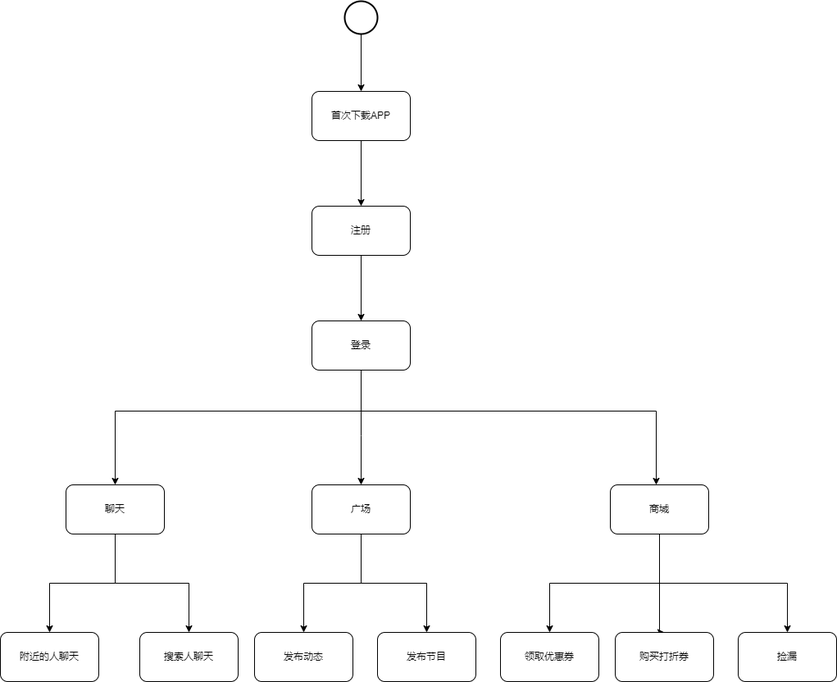
Earlier version of the draw.io export Untitled Diagram.drawio.png (suibianlx/business_architect). Source tidied: cells renumbered, new cells last; positions are measured from the earlier drawing's top-left corner, leaving out a move shared by most shapes.
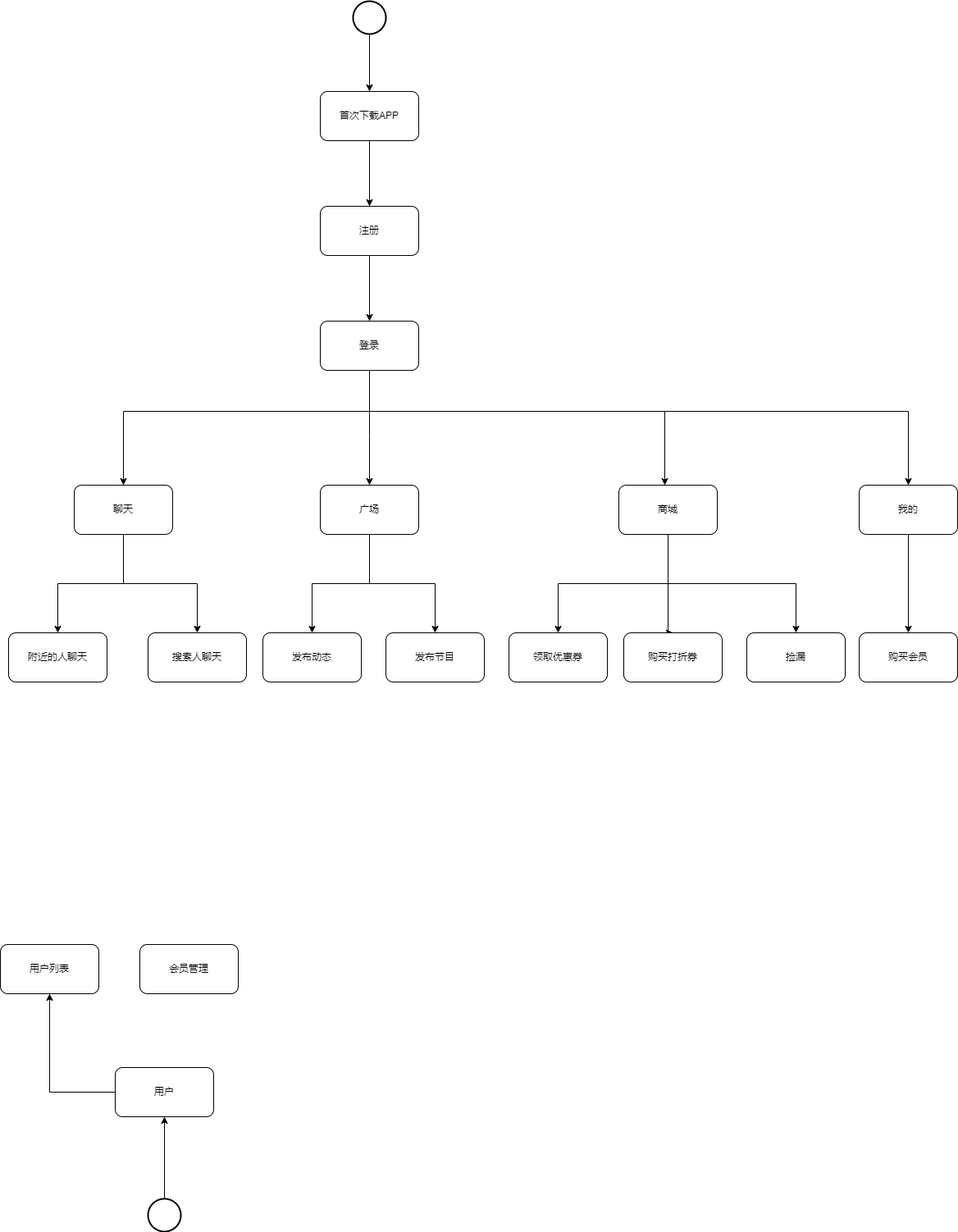
The same file after the commit.

What changed in the source:
```diff
@@ -44,6 +44,14 @@
         </Array>
       </mxGeometry>
     </mxCell>
+    <mxCell id="29" style="edgeStyle=orthogonalEdgeStyle;rounded=0;jettySize=auto;html=1;entryX=0.5;entryY=0;entryDx=0;entryDy=0;" parent="1" edge="1" source="11" target="31">
+      <mxGeometry relative="1" as="geometry">
+        <Array as="points">
+          <mxPoint x="440" y="500" />
+          <mxPoint x="1097" y="500" />
+        </Array>
+      </mxGeometry>
+    </mxCell>
     <mxCell id="11" value="登录" style="whiteSpace=wrap;html=1;rounded=1;" parent="1" vertex="1">
       <mxGeometry x="380" y="390" width="120" height="60" as="geometry" />
     </mxCell>
@@ -112,5 +120,32 @@
     <mxCell id="28" value="捡漏" style="rounded=1;whiteSpace=wrap;html=1;" parent="1" vertex="1">
       <mxGeometry x="900" y="770" width="120" height="60" as="geometry" />
     </mxCell>
+    <mxCell id="30" style="edgeStyle=orthogonalEdgeStyle;rounded=0;jettySize=auto;html=1;" parent="1" edge="1" source="31" target="32">
+      <mxGeometry relative="1" as="geometry" />
+    </mxCell>
+    <mxCell id="31" value="我的" style="rounded=1;whiteSpace=wrap;html=1;" parent="1" vertex="1">
+      <mxGeometry x="1037" y="590" width="120" height="60" as="geometry" />
+    </mxCell>
+    <mxCell id="32" value="购买会员" style="rounded=1;whiteSpace=wrap;html=1;" parent="1" vertex="1">
+      <mxGeometry x="1037" y="770" width="120" height="60" as="geometry" />
+    </mxCell>
+    <mxCell id="33" style="edgeStyle=orthogonalEdgeStyle;rounded=0;jettySize=auto;html=1;" parent="1" edge="1" source="34" target="37">
+      <mxGeometry relative="1" as="geometry" />
+    </mxCell>
+    <mxCell id="34" style="strokeWidth=2;html=1;shape=mxgraph.flowchart.start_2;whiteSpace=wrap;" parent="1" vertex="1">
+      <mxGeometry x="170" y="1460" width="40" height="40" as="geometry" />
+    </mxCell>
+    <mxCell id="35" value="用户列表" style="rounded=1;whiteSpace=wrap;html=1;" parent="1" vertex="1">
+      <mxGeometry x="-10" y="1150" width="120" height="60" as="geometry" />
+    </mxCell>
+    <mxCell id="36" style="edgeStyle=orthogonalEdgeStyle;rounded=0;jettySize=auto;html=1;entryX=0.5;entryY=1;entryDx=0;entryDy=0;" parent="1" edge="1" source="37" target="35">
+      <mxGeometry relative="1" as="geometry" />
+    </mxCell>
+    <mxCell id="37" value="用户" style="rounded=1;whiteSpace=wrap;html=1;" parent="1" vertex="1">
+      <mxGeometry x="130" y="1300" width="120" height="60" as="geometry" />
+    </mxCell>
+    <mxCell id="38" value="会员管理" style="rounded=1;whiteSpace=wrap;html=1;" parent="1" vertex="1">
+      <mxGeometry x="160" y="1150" width="120" height="60" as="geometry" />
+    </mxCell>
   </root>
 </mxGraphModel>
```
